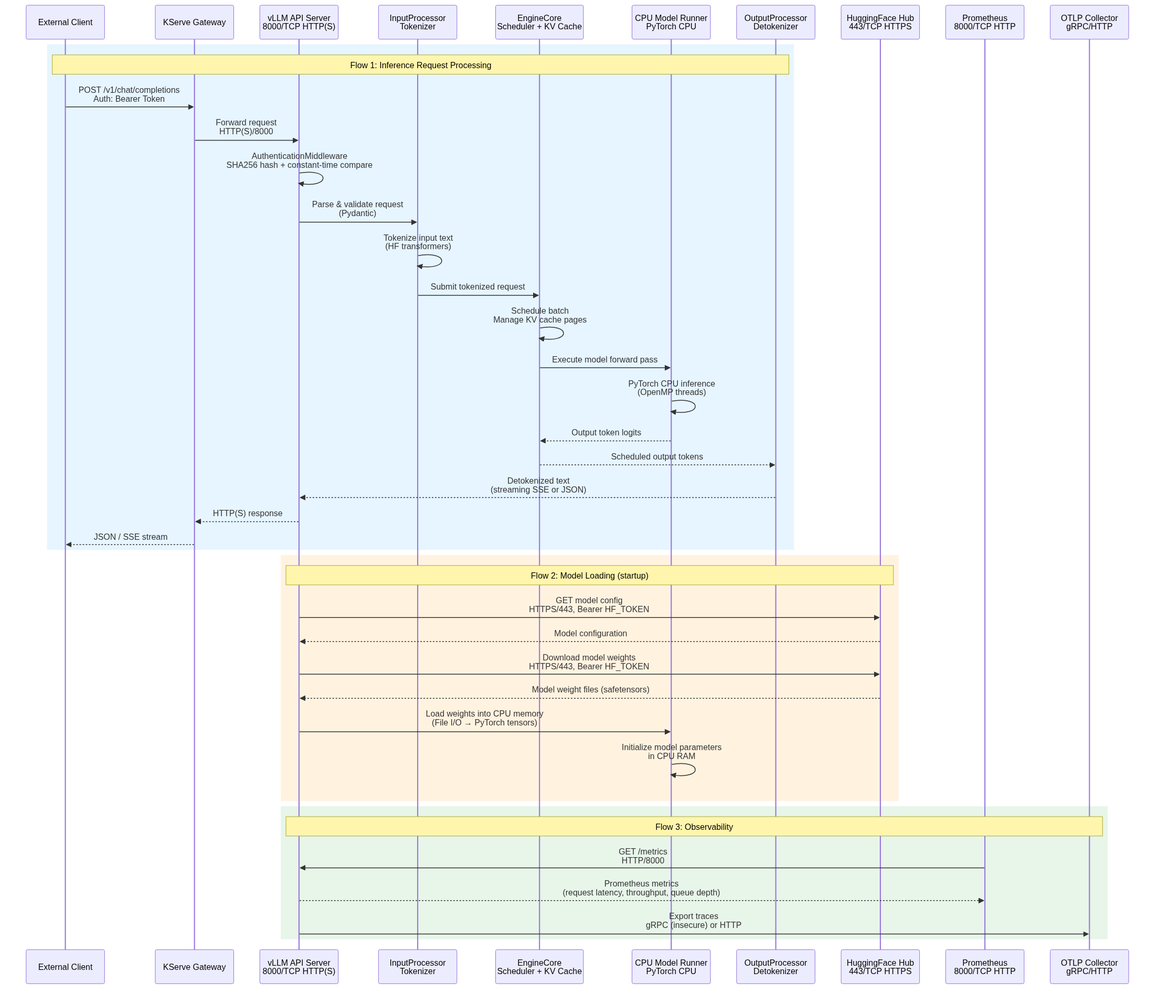
This is architecture/rhoai.next/diagrams/vllm-cpu-dataflow.png from rhuss/architecture-context, a Mermaid export, as it was before one commit. Its source is kept beside it as architecture/rhoai.next/diagrams/vllm-cpu-dataflow.mmd.
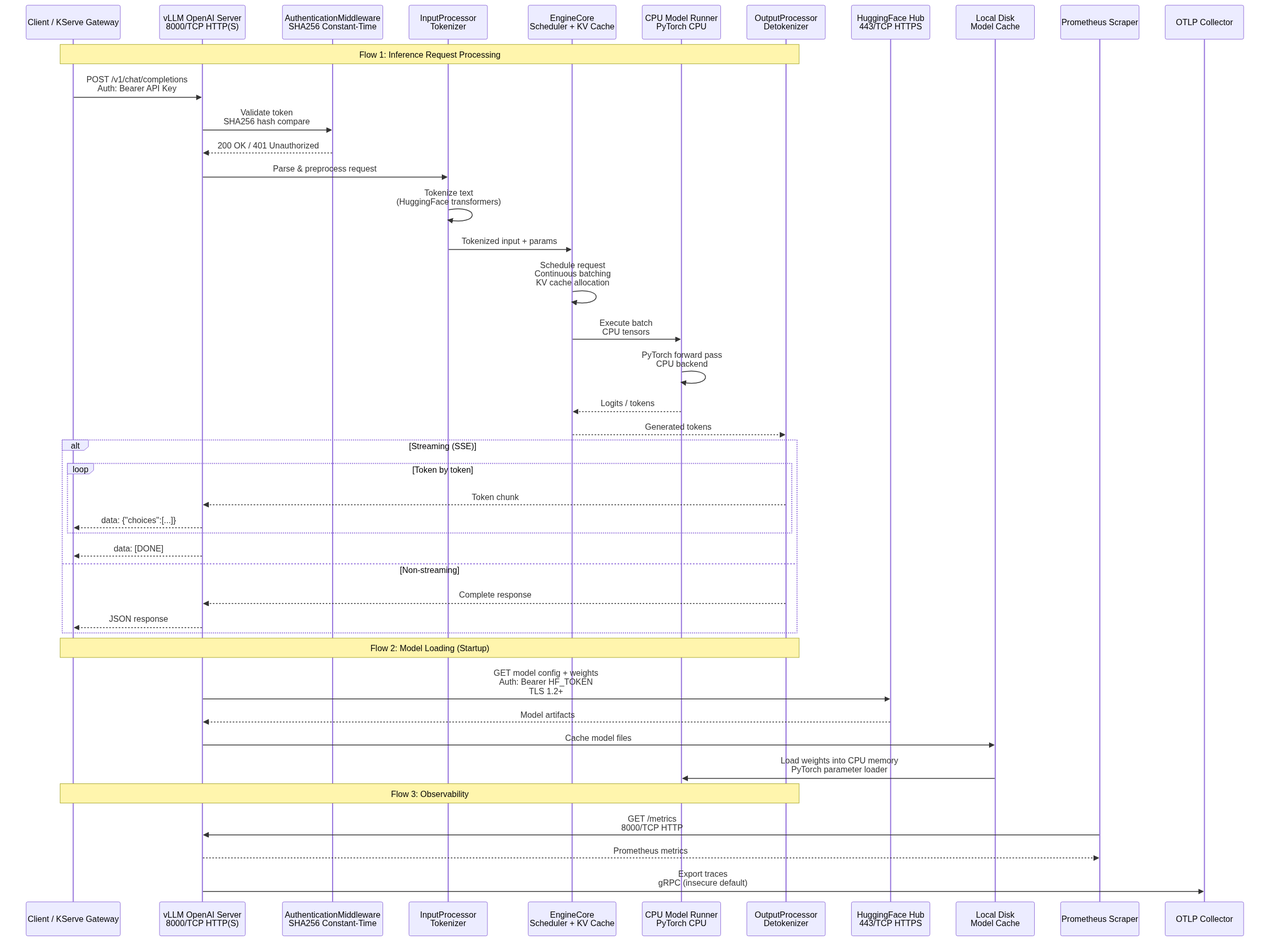
After the commit.

Change to the diagram source:
```diff
@@ -1,46 +1,56 @@
 sequenceDiagram
-    participant Client as External Client
-    participant KServe as KServe Gateway
-    participant API as vLLM API Server<br/>8000/TCP HTTP(S)
+    participant Client as Client / KServe Gateway
+    participant API as vLLM OpenAI Server<br/>8000/TCP HTTP(S)
+    participant Auth as AuthenticationMiddleware<br/>SHA256 Constant-Time
     participant Input as InputProcessor<br/>Tokenizer
-    participant Engine as EngineCore<br/>Scheduler + KV Cache
+    participant Core as EngineCore<br/>Scheduler + KV Cache
     participant Runner as CPU Model Runner<br/>PyTorch CPU
     participant Output as OutputProcessor<br/>Detokenizer
-    participant HF as HuggingFace Hub<br/>443/TCP HTTPS
-    participant Prom as Prometheus<br/>8000/TCP HTTP
-    participant OTLP as OTLP Collector<br/>gRPC/HTTP
 
-    rect rgb(230, 245, 255)
     Note over Client,Output: Flow 1: Inference Request Processing
-    Client->>KServe: POST /v1/chat/completions<br/>Auth: Bearer Token
-    KServe->>API: Forward request<br/>HTTP(S)/8000
-    API->>API: AuthenticationMiddleware<br/>SHA256 hash + constant-time compare
-    API->>Input: Parse & validate request<br/>(Pydantic)
-    Input->>Input: Tokenize input text<br/>(HF transformers)
-    Input->>Engine: Submit tokenized request
-    Engine->>Engine: Schedule batch<br/>Manage KV cache pages
-    Engine->>Runner: Execute model forward pass
-    Runner->>Runner: PyTorch CPU inference<br/>(OpenMP threads)
-    Runner-->>Engine: Output token logits
-    Engine-->>Output: Scheduled output tokens
-    Output-->>API: Detokenized text<br/>(streaming SSE or JSON)
-    API-->>KServe: HTTP(S) response
-    KServe-->>Client: JSON / SSE stream
+
+    Client->>API: POST /v1/chat/completions<br/>Auth: Bearer API Key
+    API->>Auth: Validate token<br/>SHA256 hash compare
+    Auth-->>API: 200 OK / 401 Unauthorized
+
+    API->>Input: Parse & preprocess request
+    Input->>Input: Tokenize text<br/>(HuggingFace transformers)
+    Input->>Core: Tokenized input + params
+
+    Core->>Core: Schedule request<br/>Continuous batching<br/>KV cache allocation
+    Core->>Runner: Execute batch<br/>CPU tensors
+    Runner->>Runner: PyTorch forward pass<br/>CPU backend
+
+    Runner-->>Core: Logits / tokens
+    Core-->>Output: Generated tokens
+
+    alt Streaming (SSE)
+        loop Token by token
+            Output-->>API: Token chunk
+            API-->>Client: data: {"choices":[...]}
+        end
+        API-->>Client: data: [DONE]
+    else Non-streaming
+        Output-->>API: Complete response
+        API-->>Client: JSON response
     end
 
-    rect rgb(255, 243, 224)
-    Note over API,HF: Flow 2: Model Loading (startup)
-    API->>HF: GET model config<br/>HTTPS/443, Bearer HF_TOKEN
-    HF-->>API: Model configuration
-    API->>HF: Download model weights<br/>HTTPS/443, Bearer HF_TOKEN
-    HF-->>API: Model weight files (safetensors)
-    API->>Runner: Load weights into CPU memory<br/>(File I/O → PyTorch tensors)
-    Runner->>Runner: Initialize model parameters<br/>in CPU RAM
-    end
+    Note over Client,Output: Flow 2: Model Loading (Startup)
 
-    rect rgb(232, 245, 233)
-    Note over API,OTLP: Flow 3: Observability
-    Prom->>API: GET /metrics<br/>HTTP/8000
-    API-->>Prom: Prometheus metrics<br/>(request latency, throughput, queue depth)
-    API->>OTLP: Export traces<br/>gRPC (insecure) or HTTP
-    end
+    participant HF as HuggingFace Hub<br/>443/TCP HTTPS
+    participant Disk as Local Disk<br/>Model Cache
+
+    API->>HF: GET model config + weights<br/>Auth: Bearer HF_TOKEN<br/>TLS 1.2+
+    HF-->>API: Model artifacts
+    API->>Disk: Cache model files
+    Disk->>Runner: Load weights into CPU memory<br/>PyTorch parameter loader
+
+    Note over Client,Output: Flow 3: Observability
+
+    participant Prom as Prometheus Scraper
+    participant OTLP as OTLP Collector
+
+    Prom->>API: GET /metrics<br/>8000/TCP HTTP
+    API-->>Prom: Prometheus metrics
+
+    API->>OTLP: Export traces<br/>gRPC (insecure default)
```
